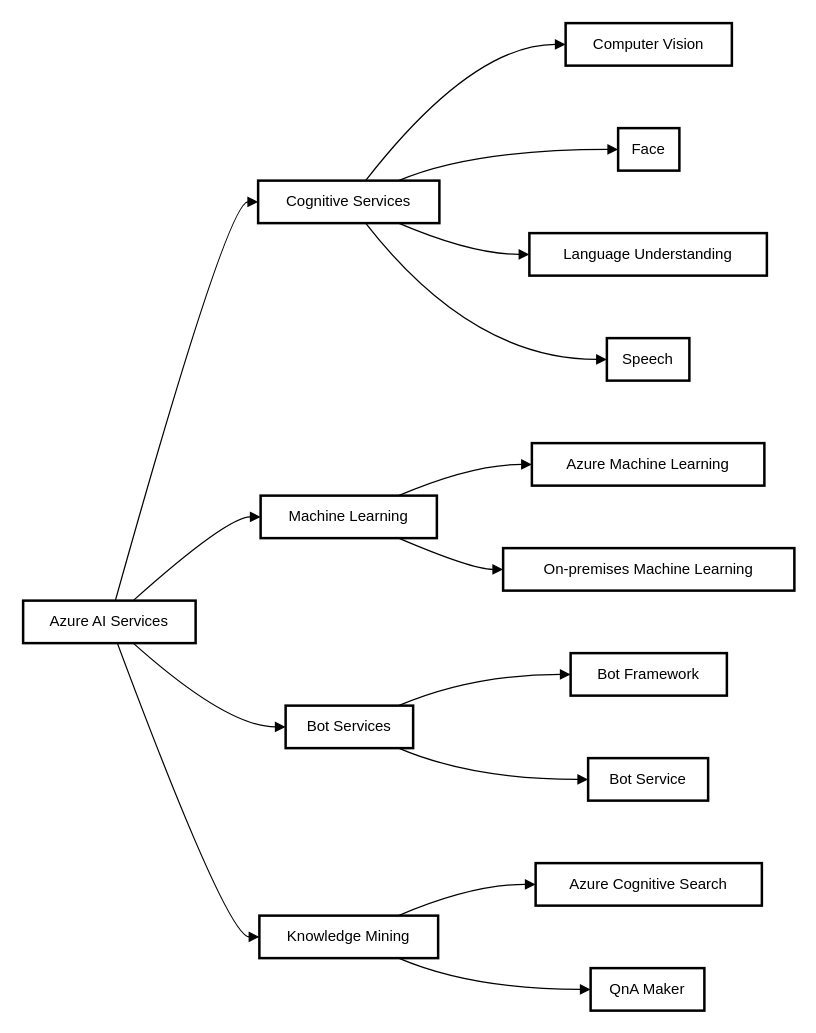
Earlier version of the draw.io diagram Azure Ai services.drawio (nmaia19/azure-ai). Source tidied: cells renumbered, new cells numbered last; positions are measured from the earlier drawing's top-left corner, leaving out a move shared by most shapes. Both pictures are drawn from the tidied source at 125%, with x=0, y=0 at pixel (22, 22).
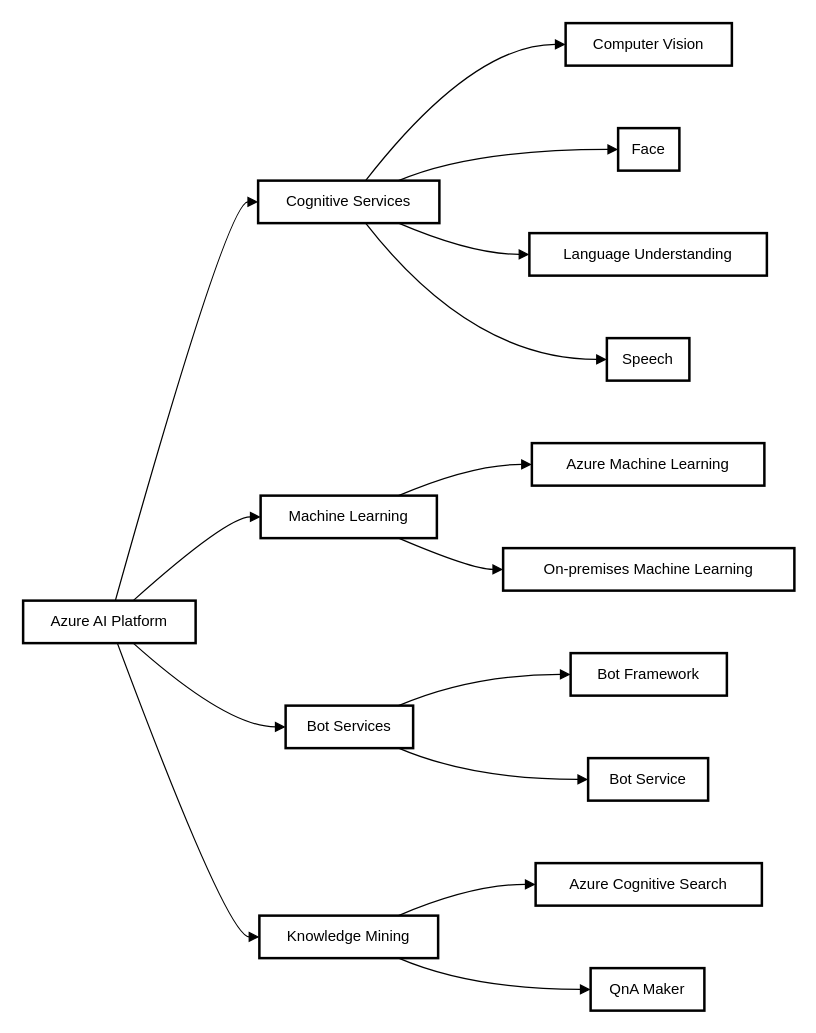
Above is the later version.

What changed in the source:
```diff
@@
-    <mxCell id="2" value="Azure AI Services" style="whiteSpace=wrap;strokeWidth=2;" parent="1" vertex="1">
+    <mxCell id="2" value="Azure AI Platform" style="whiteSpace=wrap;strokeWidth=2;" parent="1" vertex="1">
       <mxGeometry y="462" width="138" height="34" as="geometry" />
     </mxCell>
```
